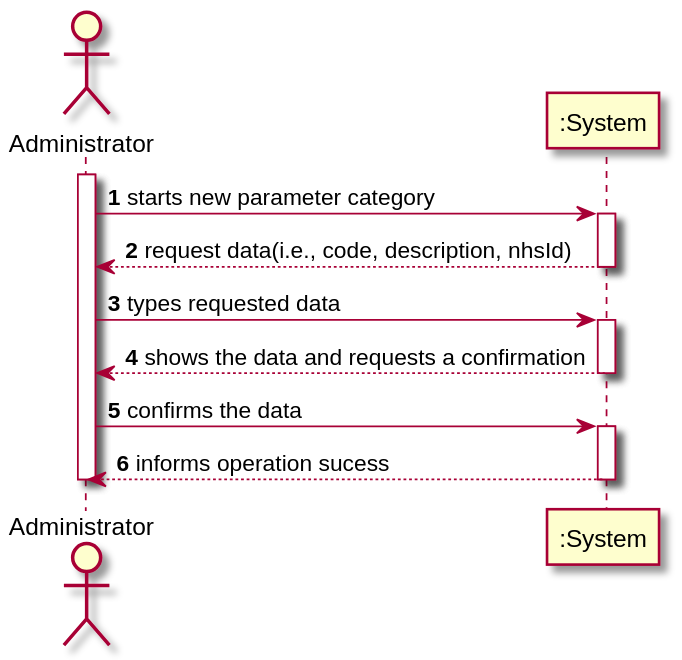
This is docs/SprintB/US_11/US011_SSD.svg from ana-albergaria/LAPR2-ISEP, a PlantUML export, as it was before one commit.
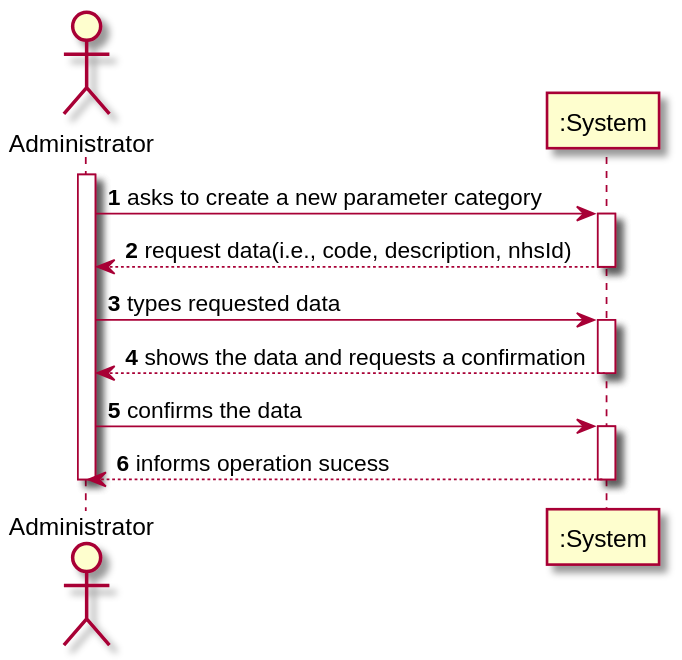
Above is the later version.

Change to the diagram source:
```diff
@@ -3,7 +3,7 @@
 actor "Administrator" as Adm
 
 activate Adm
-Adm-> ":System" : starts new parameter category
+Adm-> ":System" : asks to create a new parameter category
 activate ":System"
 ":System" --> Adm : request data(i.e., code, description, nhsId)
 deactivate ":System"
```
